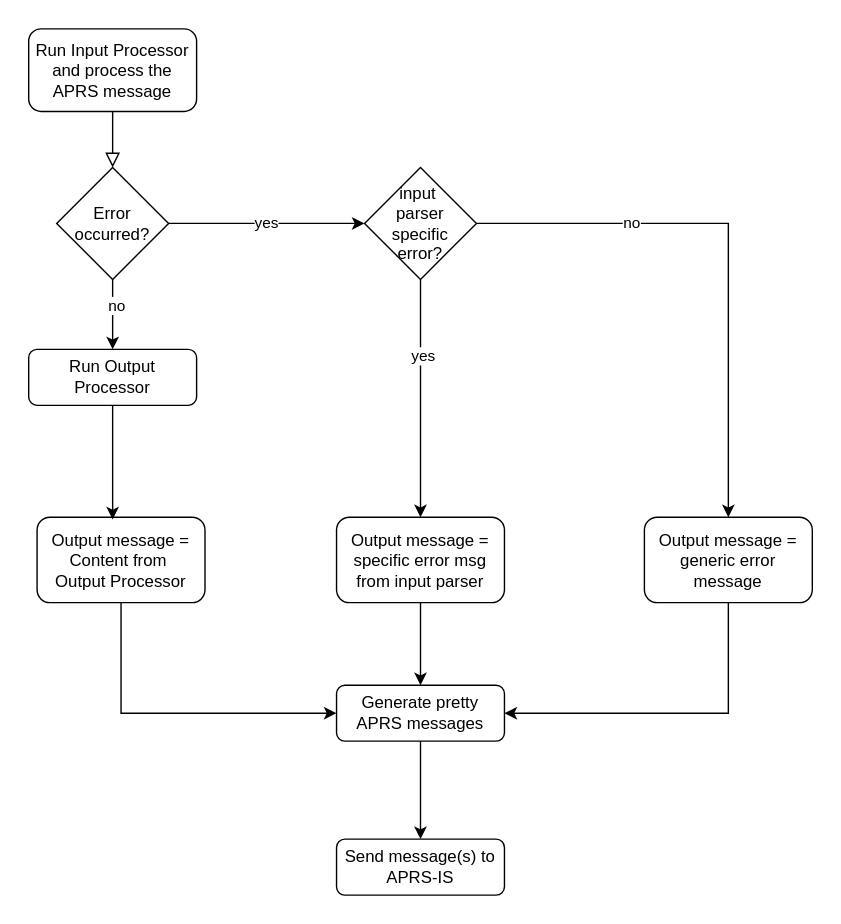
Earlier version of the draw.io export img/workflow_input_output_processing.svg (joergschultzelutter/core-aprs-client). Source tidied: cells renumbered, new cells last; positions are measured from the earlier drawing's top-left corner, leaving out a move shared by most shapes.
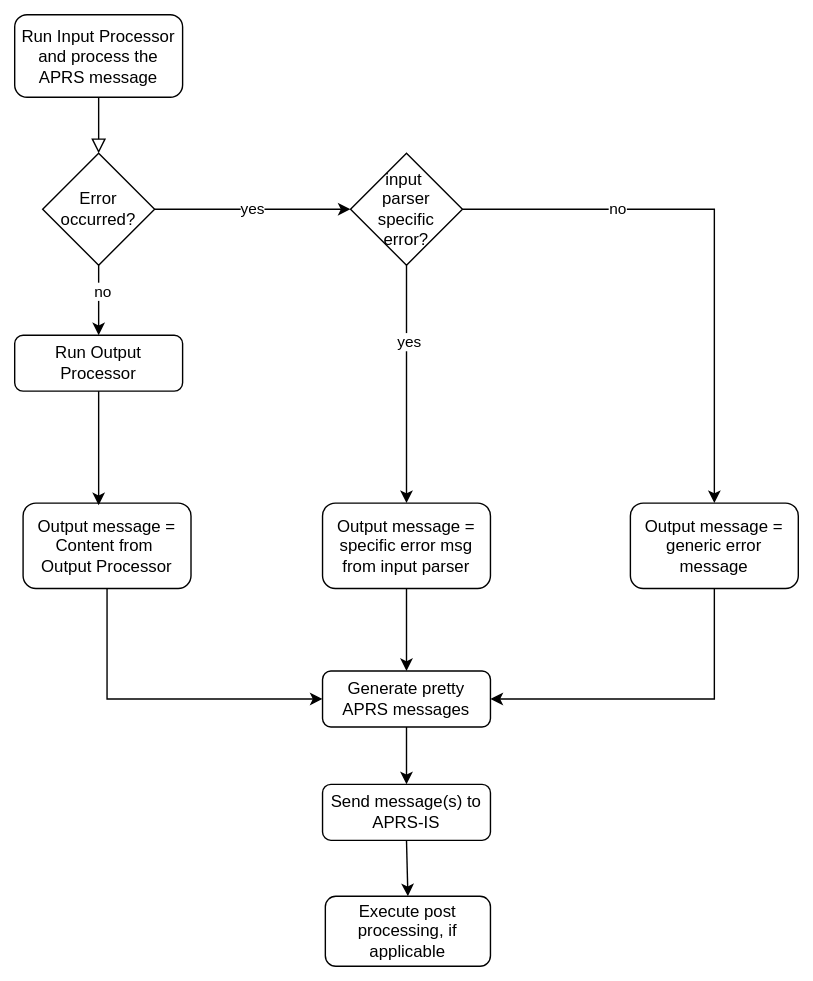
The same diagram one commit later.

The edit, as a diff of the source:
```diff
@@ -58,7 +58,7 @@
       <mxGeometry relative="1" as="geometry" />
     </mxCell>
     <mxCell id="19" value="Send message(s) to&lt;div&gt;APRS-IS&lt;/div&gt;" style="rounded=1;whiteSpace=wrap;html=1;" parent="1" vertex="1">
-      <mxGeometry x="220" y="579" width="120" height="40" as="geometry" />
+      <mxGeometry x="220" y="550" width="120" height="40" as="geometry" />
     </mxCell>
     <mxCell id="20" style="endArrow=classic;html=1;rounded=0;exitX=0.5;exitY=1;exitDx=0;exitDy=0;entryX=0.5;entryY=0;entryDx=0;entryDy=0;" parent="1" edge="1" source="9" target="17">
       <mxGeometry relative="1" as="geometry" />
@@ -80,5 +80,11 @@
         </Array>
       </mxGeometry>
     </mxCell>
+    <mxCell id="24" value="Execute post processing, if applicable" style="rounded=1;whiteSpace=wrap;html=1;" parent="1" vertex="1">
+      <mxGeometry x="222" y="630" width="118" height="50" as="geometry" />
+    </mxCell>
+    <mxCell id="25" style="endArrow=classic;html=1;rounded=0;exitX=0.5;exitY=1;exitDx=0;exitDy=0;entryX=0.5;entryY=0;entryDx=0;entryDy=0;" parent="1" edge="1" source="19" target="24">
+      <mxGeometry relative="1" as="geometry" />
+    </mxCell>
   </root>
 </mxGraphModel>
```
